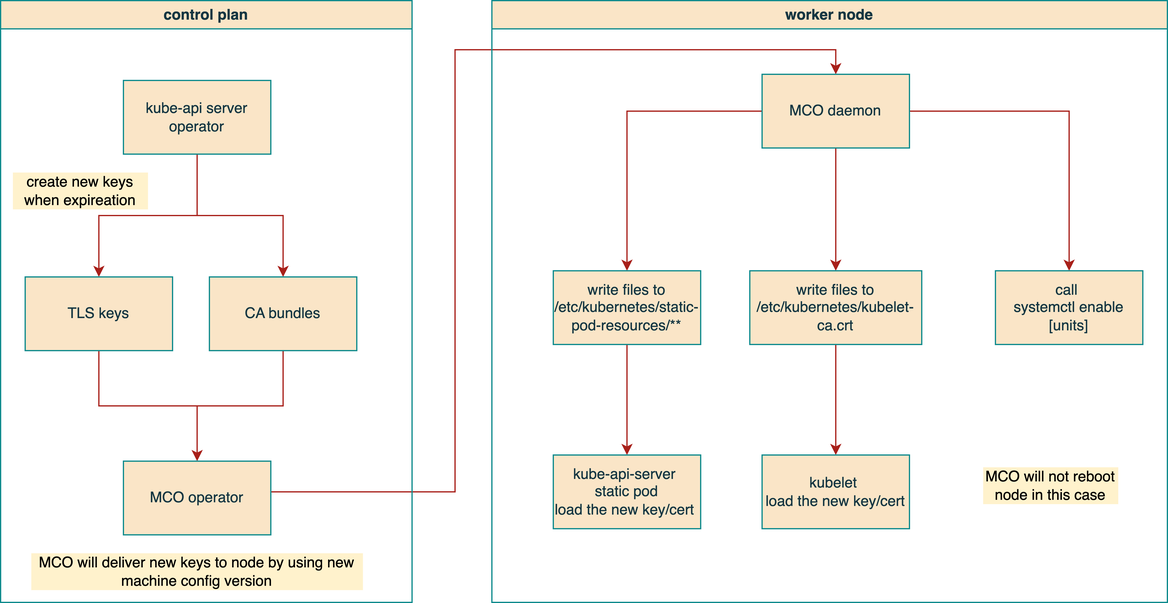
This is redhat/ocp4/4.12/dia/cert.rotation.drawio.png from wangzheng422/docker_env, a draw.io export, as it was before one commit. Source tidied: cells renumbered, new cells last; positions are measured from the earlier drawing's top-left corner, leaving out a move shared by most shapes.
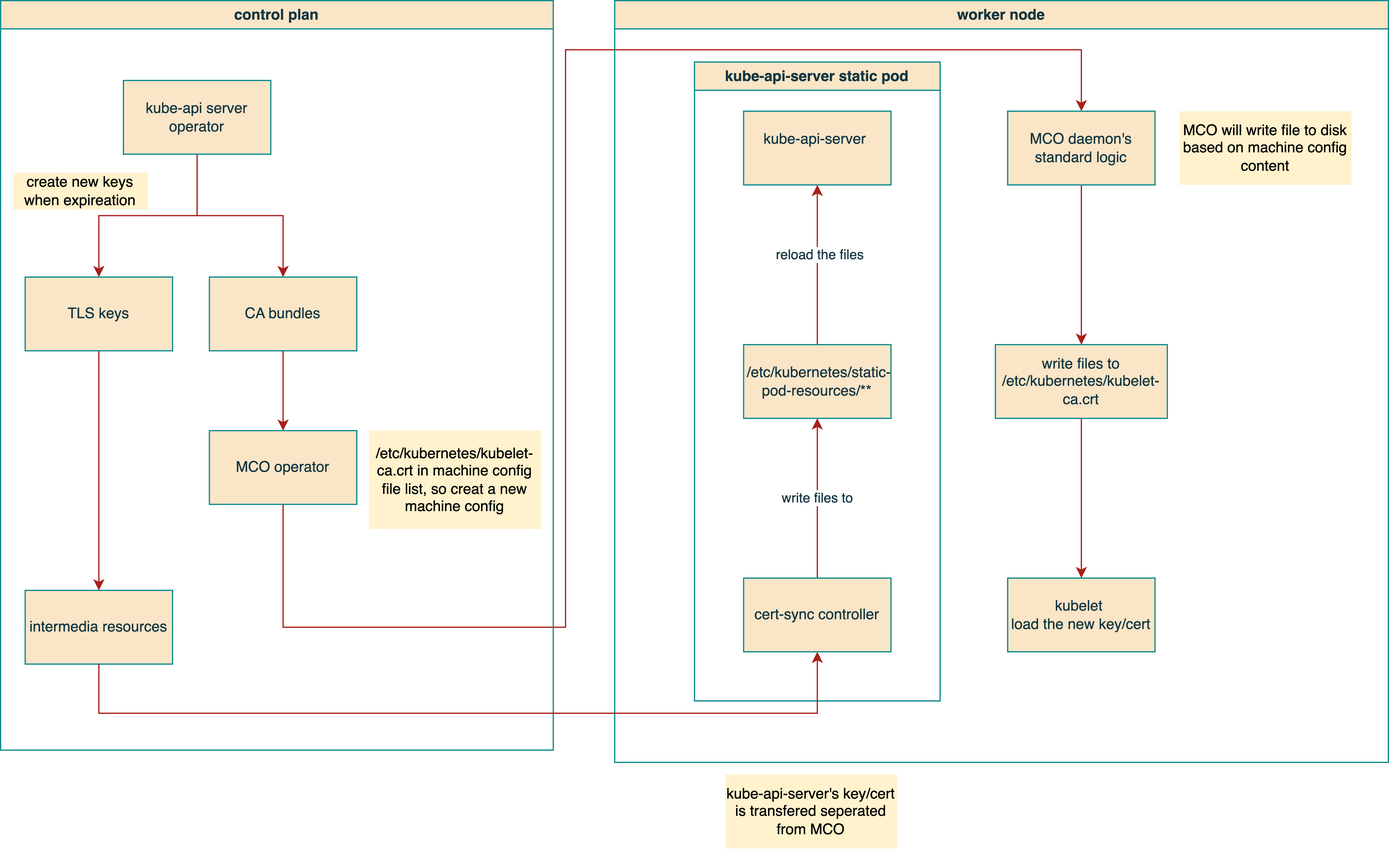
After the commit.

Diff of the diagram source:
```diff
@@ -2,86 +2,112 @@
   <root>
     <mxCell id="0" />
     <mxCell id="1" parent="0" />
-    <mxCell id="2" style="edgeStyle=orthogonalEdgeStyle;rounded=0;jettySize=auto;html=1;entryX=0.5;entryY=0;entryDx=0;entryDy=0;strokeColor=#A8201A;fontColor=#143642;fillColor=#FAE5C7;" parent="1" edge="1" source="11" target="18">
-      <mxGeometry relative="1" as="geometry">
-        <Array as="points">
-          <mxPoint x="370" y="400" />
-          <mxPoint x="370" y="40" />
-          <mxPoint x="680" y="40" />
-        </Array>
-      </mxGeometry>
-    </mxCell>
+    <mxCell id="27" style="edgeStyle=orthogonalEdgeStyle;rounded=0;jettySize=auto;html=1;entryX=0.5;entryY=0;entryDx=0;entryDy=0;strokeColor=#A8201A;fontColor=default;fillColor=#FAE5C7;labelBackgroundColor=none;" parent="1" edge="1" source="11" target="32">
+      <mxGeometry relative="1" as="geometry">
+        <Array as="points">
+          <mxPoint x="250" y="470" />
+          <mxPoint x="480" y="470" />
+          <mxPoint x="480" />
+          <mxPoint x="900" />
+        </Array>
+      </mxGeometry>
+    </mxCell>
-    <mxCell id="3" value="control plan" style="swimlane;whiteSpace=wrap;html=1;strokeColor=#0F8B8D;fontColor=#143642;fillColor=#FAE5C7;rounded=0;" parent="1" vertex="1">
-      <mxGeometry width="335" height="490" as="geometry" />
+    <mxCell id="3" value="control plan" style="swimlane;whiteSpace=wrap;html=1;strokeColor=#0F8B8D;fontColor=#143642;fillColor=#FAE5C7;rounded=0;labelBackgroundColor=none;" parent="1" vertex="1">
+      <mxGeometry x="20" y="-40" width="450" height="610" as="geometry" />
     </mxCell>
-    <mxCell id="4" style="edgeStyle=orthogonalEdgeStyle;rounded=0;jettySize=auto;html=1;entryX=0.5;entryY=0;entryDx=0;entryDy=0;strokeColor=#A8201A;fontColor=#143642;fillColor=#FAE5C7;curved=0;" parent="3" edge="1" source="6" target="8">
+    <mxCell id="4" style="edgeStyle=orthogonalEdgeStyle;rounded=0;jettySize=auto;html=1;entryX=0.5;entryY=0;entryDx=0;entryDy=0;strokeColor=#A8201A;fontColor=default;fillColor=#FAE5C7;curved=0;labelBackgroundColor=none;" parent="3" edge="1" source="6" target="8">
       <mxGeometry relative="1" as="geometry" />
     </mxCell>
-    <mxCell id="5" style="edgeStyle=orthogonalEdgeStyle;rounded=0;jettySize=auto;html=1;entryX=0.5;entryY=0;entryDx=0;entryDy=0;strokeColor=#A8201A;fontColor=#143642;fillColor=#FAE5C7;curved=0;" parent="3" edge="1" source="6" target="10">
+    <mxCell id="5" style="edgeStyle=orthogonalEdgeStyle;rounded=0;jettySize=auto;html=1;entryX=0.5;entryY=0;entryDx=0;entryDy=0;strokeColor=#A8201A;fontColor=default;fillColor=#FAE5C7;curved=0;labelBackgroundColor=none;" parent="3" edge="1" source="6" target="10">
       <mxGeometry relative="1" as="geometry" />
     </mxCell>
     <mxCell id="6" value="kube-api server operator" style="rounded=0;whiteSpace=wrap;html=1;labelBackgroundColor=none;fillColor=#FAE5C7;strokeColor=#0F8B8D;fontColor=#143642;" parent="3" vertex="1">
       <mxGeometry x="100" y="65" width="120" height="60" as="geometry" />
     </mxCell>
-    <mxCell id="7" style="edgeStyle=orthogonalEdgeStyle;rounded=0;jettySize=auto;html=1;strokeColor=#A8201A;fontColor=#143642;fillColor=#FAE5C7;" parent="3" edge="1" source="8" target="11">
-      <mxGeometry relative="1" as="geometry" />
-    </mxCell>
+    <mxCell id="28" style="edgeStyle=orthogonalEdgeStyle;rounded=0;jettySize=auto;html=1;strokeColor=#A8201A;fontColor=default;fillColor=#FAE5C7;labelBackgroundColor=none;" parent="3" edge="1" source="8" target="29">
+      <mxGeometry relative="1" as="geometry" />
+    </mxCell>
-    <mxCell id="8" value="TLS keys" style="rounded=0;whiteSpace=wrap;html=1;strokeColor=#0F8B8D;fontColor=#143642;fillColor=#FAE5C7;" parent="3" vertex="1">
+    <mxCell id="8" value="TLS keys" style="rounded=0;whiteSpace=wrap;html=1;strokeColor=#0F8B8D;fontColor=#143642;fillColor=#FAE5C7;labelBackgroundColor=none;" parent="3" vertex="1">
       <mxGeometry x="20" y="225" width="120" height="60" as="geometry" />
     </mxCell>
-    <mxCell id="9" style="edgeStyle=orthogonalEdgeStyle;rounded=0;jettySize=auto;html=1;entryX=0.5;entryY=0;entryDx=0;entryDy=0;strokeColor=#A8201A;fontColor=#143642;fillColor=#FAE5C7;" parent="3" edge="1" source="10" target="11">
+    <mxCell id="9" style="edgeStyle=orthogonalEdgeStyle;rounded=0;jettySize=auto;html=1;entryX=0.5;entryY=0;entryDx=0;entryDy=0;strokeColor=#A8201A;fontColor=default;fillColor=#FAE5C7;labelBackgroundColor=none;" parent="3" edge="1" source="10" target="11">
       <mxGeometry relative="1" as="geometry" />
     </mxCell>
-    <mxCell id="10" value="CA bundles" style="rounded=0;whiteSpace=wrap;html=1;strokeColor=#0F8B8D;fontColor=#143642;fillColor=#FAE5C7;" parent="3" vertex="1">
+    <mxCell id="10" value="CA bundles" style="rounded=0;whiteSpace=wrap;html=1;strokeColor=#0F8B8D;fontColor=#143642;fillColor=#FAE5C7;labelBackgroundColor=none;" parent="3" vertex="1">
       <mxGeometry x="170" y="225" width="120" height="60" as="geometry" />
     </mxCell>
     <mxCell id="11" value="MCO operator" style="rounded=0;whiteSpace=wrap;html=1;labelBackgroundColor=none;fillColor=#FAE5C7;strokeColor=#0F8B8D;fontColor=#143642;" parent="3" vertex="1">
-      <mxGeometry x="100" y="375" width="120" height="60" as="geometry" />
+      <mxGeometry x="170" y="350" width="120" height="60" as="geometry" />
     </mxCell>
-    <mxCell id="12" value="create new keys when expireation" style="text;html=1;align=center;verticalAlign=middle;whiteSpace=wrap;rounded=0;fillColor=#fff2cc;strokeColor=none;" parent="3" vertex="1">
+    <mxCell id="12" value="create new keys when expireation" style="text;html=1;align=center;verticalAlign=middle;whiteSpace=wrap;rounded=0;fillColor=#fff2cc;strokeColor=none;labelBackgroundColor=none;" parent="3" vertex="1">
       <mxGeometry x="10" y="140" width="110" height="30" as="geometry" />
     </mxCell>
-    <mxCell id="13" value="MCO will deliver new keys to node by using new machine config version" style="text;html=1;align=center;verticalAlign=middle;whiteSpace=wrap;rounded=0;fillColor=#fff2cc;strokeColor=none;" parent="3" vertex="1">
-      <mxGeometry x="25" y="450" width="270" height="30" as="geometry" />
-    </mxCell>
+    <mxCell id="29" value="intermedia resources" style="rounded=0;whiteSpace=wrap;html=1;labelBackgroundColor=none;fillColor=#FAE5C7;strokeColor=#0F8B8D;fontColor=#143642;" parent="3" vertex="1">
+      <mxGeometry x="20" y="480" width="120" height="60" as="geometry" />
+    </mxCell>
+    <mxCell id="30" value="/etc/kubernetes/kubelet-ca.crt in machine config file list, so creat a new machine config" style="text;html=1;align=center;verticalAlign=middle;whiteSpace=wrap;rounded=0;fillColor=#fff2cc;strokeColor=none;labelBackgroundColor=none;" parent="3" vertex="1">
+      <mxGeometry x="300" y="350" width="140" height="80" as="geometry" />
+    </mxCell>
-    <mxCell id="14" value="worker node" style="swimlane;whiteSpace=wrap;html=1;strokeColor=#0F8B8D;fontColor=#143642;fillColor=#FAE5C7;rounded=0;" parent="1" vertex="1">
-      <mxGeometry x="400" width="550" height="490" as="geometry" />
+    <mxCell id="14" value="worker node" style="swimlane;whiteSpace=wrap;html=1;strokeColor=#0F8B8D;fontColor=#143642;fillColor=#FAE5C7;rounded=0;labelBackgroundColor=none;" parent="1" vertex="1">
+      <mxGeometry x="520" y="-40" width="630" height="620" as="geometry" />
     </mxCell>
-    <mxCell id="15" style="edgeStyle=orthogonalEdgeStyle;rounded=0;jettySize=auto;html=1;strokeColor=#A8201A;fontColor=#143642;fillColor=#FAE5C7;" parent="14" edge="1" source="18" target="20">
-      <mxGeometry relative="1" as="geometry" />
-    </mxCell>
-    <mxCell id="16" style="edgeStyle=orthogonalEdgeStyle;rounded=0;jettySize=auto;html=1;strokeColor=#A8201A;fontColor=#143642;fillColor=#FAE5C7;" parent="14" edge="1" source="18" target="22">
-      <mxGeometry relative="1" as="geometry" />
-    </mxCell>
-    <mxCell id="17" style="edgeStyle=orthogonalEdgeStyle;rounded=0;jettySize=auto;html=1;strokeColor=#A8201A;fontColor=#143642;fillColor=#FAE5C7;" parent="14" edge="1" source="18" target="23">
-      <mxGeometry relative="1" as="geometry" />
-    </mxCell>
-    <mxCell id="18" value="MCO daemon" style="rounded=0;whiteSpace=wrap;html=1;labelBackgroundColor=none;fillColor=#FAE5C7;strokeColor=#0F8B8D;fontColor=#143642;" parent="14" vertex="1">
-      <mxGeometry x="220" y="60" width="120" height="60" as="geometry" />
-    </mxCell>
-    <mxCell id="19" style="edgeStyle=orthogonalEdgeStyle;rounded=0;jettySize=auto;html=1;strokeColor=#A8201A;fontColor=#143642;fillColor=#FAE5C7;" parent="14" edge="1" source="20" target="24">
-      <mxGeometry relative="1" as="geometry" />
-    </mxCell>
-    <mxCell id="20" value="write files to /etc/kubernetes/static-pod-resources/**" style="rounded=0;whiteSpace=wrap;html=1;labelBackgroundColor=none;fillColor=#FAE5C7;strokeColor=#0F8B8D;fontColor=#143642;" parent="14" vertex="1">
-      <mxGeometry x="50" y="220" width="120" height="60" as="geometry" />
-    </mxCell>
+    <mxCell id="31" style="edgeStyle=orthogonalEdgeStyle;rounded=0;jettySize=auto;html=1;strokeColor=#A8201A;fontColor=default;fillColor=#FAE5C7;labelBackgroundColor=none;" parent="14" edge="1" source="32" target="22">
+      <mxGeometry relative="1" as="geometry" />
+    </mxCell>
+    <mxCell id="32" value="MCO daemon's standard logic" style="rounded=0;whiteSpace=wrap;html=1;labelBackgroundColor=none;fillColor=#FAE5C7;strokeColor=#0F8B8D;fontColor=#143642;" parent="14" vertex="1">
+      <mxGeometry x="320" y="90" width="120" height="60" as="geometry" />
+    </mxCell>
-    <mxCell id="21" style="edgeStyle=orthogonalEdgeStyle;rounded=0;jettySize=auto;html=1;strokeColor=#A8201A;fontColor=#143642;fillColor=#FAE5C7;" parent="14" edge="1" source="22" target="25">
+    <mxCell id="21" style="edgeStyle=orthogonalEdgeStyle;rounded=0;jettySize=auto;html=1;strokeColor=#A8201A;fontColor=default;fillColor=#FAE5C7;labelBackgroundColor=none;" parent="14" edge="1" source="22" target="25">
       <mxGeometry relative="1" as="geometry" />
     </mxCell>
     <mxCell id="22" value="write files to /etc/kubernetes/kubelet-ca.crt" style="rounded=0;whiteSpace=wrap;html=1;labelBackgroundColor=none;fillColor=#FAE5C7;strokeColor=#0F8B8D;fontColor=#143642;" parent="14" vertex="1">
-      <mxGeometry x="210" y="220" width="140" height="60" as="geometry" />
+      <mxGeometry x="310" y="280" width="140" height="60" as="geometry" />
     </mxCell>
-    <mxCell id="23" value="call&amp;nbsp;&lt;div&gt;systemctl enable [units]&lt;/div&gt;" style="rounded=0;whiteSpace=wrap;html=1;labelBackgroundColor=none;fillColor=#FAE5C7;strokeColor=#0F8B8D;fontColor=#143642;" parent="14" vertex="1">
-      <mxGeometry x="410" y="220" width="120" height="60" as="geometry" />
-    </mxCell>
-    <mxCell id="24" value="kube-api-server&amp;nbsp;&lt;div&gt;static pod&lt;/div&gt;&lt;div&gt;load the new key/cert&amp;nbsp;&lt;/div&gt;" style="rounded=0;whiteSpace=wrap;html=1;labelBackgroundColor=none;fillColor=#FAE5C7;strokeColor=#0F8B8D;fontColor=#143642;" parent="14" vertex="1">
-      <mxGeometry x="50" y="370" width="120" height="60" as="geometry" />
-    </mxCell>
     <mxCell id="25" value="kubelet&amp;nbsp;&lt;div&gt;load the new key/cert&lt;/div&gt;" style="rounded=0;whiteSpace=wrap;html=1;labelBackgroundColor=none;fillColor=#FAE5C7;strokeColor=#0F8B8D;fontColor=#143642;" parent="14" vertex="1">
-      <mxGeometry x="220" y="370" width="120" height="60" as="geometry" />
+      <mxGeometry x="320" y="470" width="120" height="60" as="geometry" />
     </mxCell>
-    <mxCell id="26" value="MCO will not reboot node in this case" style="text;html=1;align=center;verticalAlign=middle;whiteSpace=wrap;rounded=0;fillColor=#fff2cc;strokeColor=none;" parent="14" vertex="1">
-      <mxGeometry x="400" y="380" width="110" height="30" as="geometry" />
-    </mxCell>
+    <mxCell id="33" value="MCO will write file to disk based on machine config content" style="text;html=1;align=center;verticalAlign=middle;whiteSpace=wrap;rounded=0;fillColor=#fff2cc;strokeColor=none;labelBackgroundColor=none;" parent="14" vertex="1">
+      <mxGeometry x="460" y="90" width="140" height="60" as="geometry" />
+    </mxCell>
+    <mxCell id="34" value="kube-api-server static pod" style="swimlane;whiteSpace=wrap;html=1;labelBackgroundColor=none;fillColor=#FAE5C7;strokeColor=#0F8B8D;fontColor=#143642;" parent="14" vertex="1">
+      <mxGeometry x="65" y="50" width="200" height="520" as="geometry" />
+    </mxCell>
+    <mxCell id="35" value="kube-api-server&amp;nbsp;&lt;div&gt;&lt;br&gt;&lt;/div&gt;" style="rounded=0;whiteSpace=wrap;html=1;labelBackgroundColor=none;fillColor=#FAE5C7;strokeColor=#0F8B8D;fontColor=#143642;" parent="34" vertex="1">
+      <mxGeometry x="40" y="40" width="120" height="60" as="geometry" />
+    </mxCell>
+    <mxCell id="36" style="edgeStyle=orthogonalEdgeStyle;rounded=0;jettySize=auto;html=1;entryX=0.5;entryY=1;entryDx=0;entryDy=0;strokeColor=#A8201A;fontColor=#143642;fillColor=#FAE5C7;" parent="34" edge="1" source="38" target="35">
+      <mxGeometry relative="1" as="geometry" />
+    </mxCell>
+    <mxCell id="37" value="reload the files" style="edgeLabel;html=1;align=center;verticalAlign=middle;strokeColor=#0F8B8D;fontColor=#143642;fillColor=#FAE5C7;" parent="36" vertex="1">
+      <mxGeometry x="0.14" y="-1" relative="1" as="geometry" />
+    </mxCell>
+    <mxCell id="38" value="&amp;nbsp;/etc/kubernetes/static-pod-resources/**" style="rounded=0;whiteSpace=wrap;html=1;labelBackgroundColor=none;fillColor=#FAE5C7;strokeColor=#0F8B8D;fontColor=#143642;" parent="34" vertex="1">
+      <mxGeometry x="40" y="230" width="120" height="60" as="geometry" />
+    </mxCell>
+    <mxCell id="39" style="edgeStyle=orthogonalEdgeStyle;rounded=0;jettySize=auto;html=1;entryX=0.5;entryY=1;entryDx=0;entryDy=0;strokeColor=#A8201A;fillColor=#FAE5C7;endSize=6;" parent="34" edge="1" source="42" target="38">
+      <mxGeometry relative="1" as="geometry" />
+    </mxCell>
+    <mxCell id="40" style="edgeLabel;html=1;align=center;verticalAlign=middle;strokeColor=#0F8B8D;fontColor=#143642;fillColor=#FAE5C7;imageWidth=24;" parent="39" vertex="1">
+      <mxGeometry x="-0.09" y="-2" relative="1" as="geometry">
+        <mxPoint x="-2" y="-1" as="offset" />
+      </mxGeometry>
+    </mxCell>
+    <mxCell id="41" value="write files to" style="edgeLabel;html=1;align=center;verticalAlign=middle;strokeColor=#0F8B8D;fontColor=#143642;fillColor=#FAE5C7;" parent="39" vertex="1">
+      <mxGeometry x="0.02" y="1" relative="1" as="geometry" />
+    </mxCell>
+    <mxCell id="42" value="cert-sync controller" style="rounded=0;whiteSpace=wrap;html=1;labelBackgroundColor=none;fillColor=#FAE5C7;strokeColor=#0F8B8D;fontColor=#143642;" parent="34" vertex="1">
+      <mxGeometry x="40" y="420" width="120" height="60" as="geometry" />
+    </mxCell>
+    <mxCell id="43" style="edgeStyle=orthogonalEdgeStyle;rounded=0;jettySize=auto;html=1;entryX=0.5;entryY=1;entryDx=0;entryDy=0;strokeColor=#A8201A;fontColor=#143642;fillColor=#FAE5C7;" parent="1" edge="1" source="29" target="42">
+      <mxGeometry relative="1" as="geometry">
+        <Array as="points">
+          <mxPoint x="100" y="540" />
+          <mxPoint x="685" y="540" />
+        </Array>
+      </mxGeometry>
+    </mxCell>
+    <mxCell id="44" value="kube-api-server's key/cert is transfered seperated from MCO" style="text;html=1;align=center;verticalAlign=middle;whiteSpace=wrap;rounded=0;fillColor=#fff2cc;strokeColor=none;labelBackgroundColor=none;" parent="1" vertex="1">
+      <mxGeometry x="610" y="590" width="140" height="60" as="geometry" />
+    </mxCell>
   </root>
 </mxGraphModel>
```
